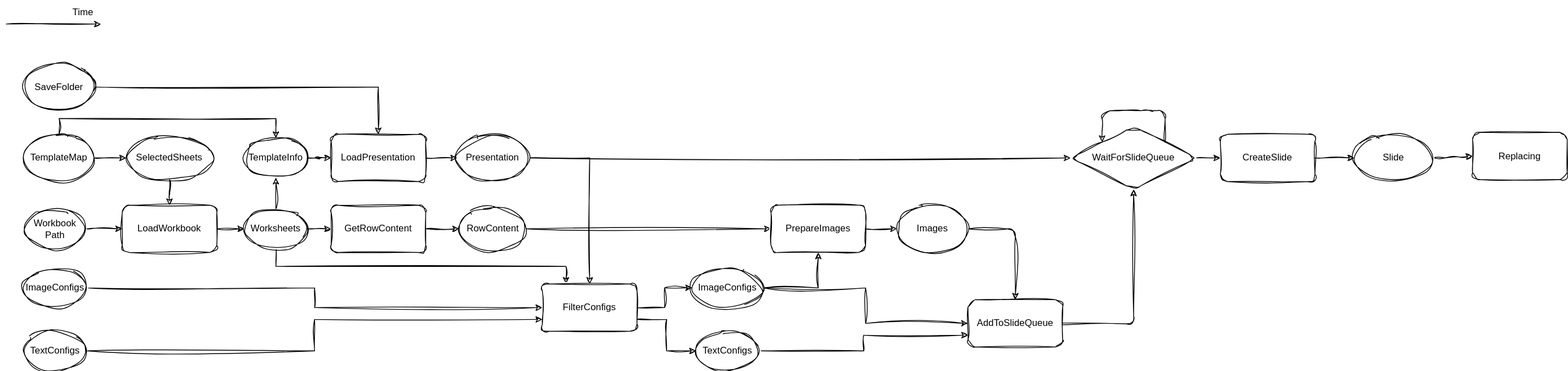
The draw.io diagram Documents/workflows.svg in thnhmai06/SlideGenerator, before a commit. Source tidied: cells renumbered, new cells last; positions are measured from the earlier drawing's top-left corner, leaving out a move shared by most shapes.
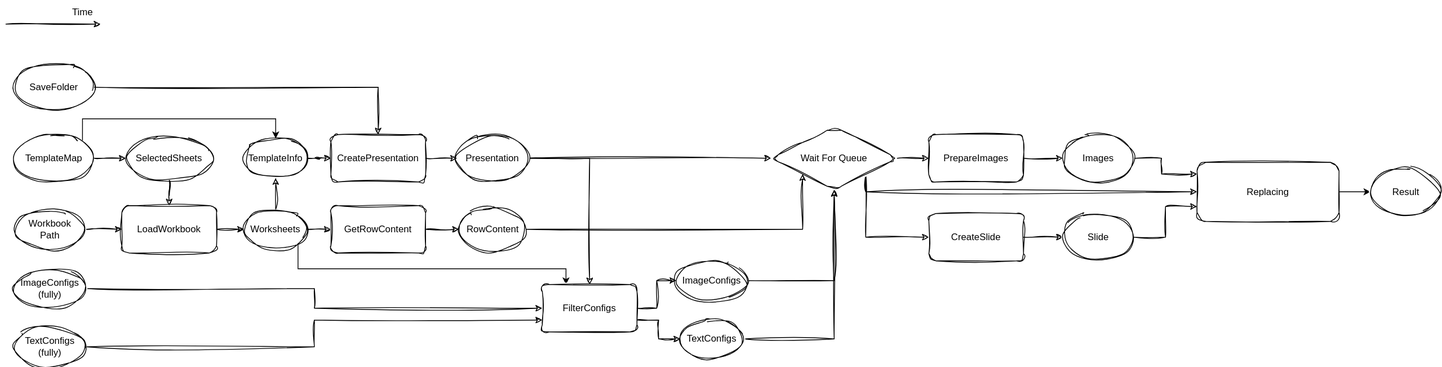
The same diagram one commit later.

What changed in the source:
```diff
@@ -5,7 +5,7 @@
     <mxCell id="2" style="edgeStyle=orthogonalEdgeStyle;rounded=1;jettySize=auto;html=1;sketch=1;curveFitting=1;jiggle=2;shadow=0;" parent="1" edge="1" source="3" target="19">
       <mxGeometry relative="1" as="geometry" />
     </mxCell>
-    <mxCell id="3" value="LoadPresentation" style="rounded=1;whiteSpace=wrap;html=1;sketch=1;curveFitting=1;jiggle=2;shadow=0;" parent="1" vertex="1">
+    <mxCell id="3" value="CreatePresentation" style="rounded=1;whiteSpace=wrap;html=1;sketch=1;curveFitting=1;jiggle=2;shadow=0;" parent="1" vertex="1">
       <mxGeometry x="412" y="170" width="120" height="60" as="geometry" />
     </mxCell>
     <mxCell id="4" style="edgeStyle=orthogonalEdgeStyle;rounded=1;jettySize=auto;html=1;sketch=1;curveFitting=1;jiggle=2;shadow=0;" parent="1" edge="1" source="5" target="3">
@@ -18,7 +18,7 @@
       <mxGeometry relative="1" as="geometry" />
     </mxCell>
     <mxCell id="7" value="Workbook &lt;br&gt;Path" style="ellipse;whiteSpace=wrap;html=1;rounded=1;sketch=1;curveFitting=1;jiggle=2;shadow=0;" parent="1" vertex="1">
-      <mxGeometry x="22" y="265" width="80" height="50" as="geometry" />
+      <mxGeometry x="10" y="265" width="92" height="50" as="geometry" />
     </mxCell>
     <mxCell id="8" style="edgeStyle=orthogonalEdgeStyle;rounded=1;jettySize=auto;html=1;exitX=1;exitY=0.5;exitDx=0;exitDy=0;entryX=0;entryY=0.5;entryDx=0;entryDy=0;sketch=1;curveFitting=1;jiggle=2;shadow=0;" parent="1" edge="1" source="9" target="16">
       <mxGeometry relative="1" as="geometry" />
@@ -29,11 +29,16 @@
     <mxCell id="10" style="edgeStyle=orthogonalEdgeStyle;rounded=0;jettySize=auto;html=1;sketch=1;curveFitting=1;jiggle=2;shadow=0;" parent="1" edge="1" source="12" target="43">
       <mxGeometry relative="1" as="geometry" />
     </mxCell>
-    <mxCell id="11" style="edgeStyle=orthogonalEdgeStyle;rounded=0;jettySize=auto;html=1;exitX=0.5;exitY=0;exitDx=0;exitDy=0;entryX=0.5;entryY=0;entryDx=0;entryDy=0;sketch=1;curveFitting=1;jiggle=2;shadow=0;" parent="1" edge="1" source="12" target="5">
-      <mxGeometry relative="1" as="geometry" />
+    <mxCell id="11" style="edgeStyle=orthogonalEdgeStyle;rounded=0;jettySize=auto;html=1;exitX=1;exitY=0;exitDx=0;exitDy=0;entryX=0.5;entryY=0;entryDx=0;entryDy=0;" parent="1" edge="1" source="12" target="5">
+      <mxGeometry relative="1" as="geometry">
+        <Array as="points">
+          <mxPoint x="97" y="150" />
+          <mxPoint x="342" y="150" />
+        </Array>
+      </mxGeometry>
     </mxCell>
     <mxCell id="12" value="TemplateMap" style="ellipse;whiteSpace=wrap;html=1;rounded=1;sketch=1;curveFitting=1;jiggle=2;shadow=0;" parent="1" vertex="1">
-      <mxGeometry x="22" y="170" width="90" height="60" as="geometry" />
+      <mxGeometry x="10" y="170" width="102" height="60" as="geometry" />
     </mxCell>
     <mxCell id="13" style="edgeStyle=orthogonalEdgeStyle;rounded=1;jettySize=auto;html=1;exitX=0.5;exitY=0;exitDx=0;exitDy=0;sketch=1;curveFitting=1;jiggle=2;shadow=0;" parent="1" edge="1" source="16" target="5">
       <mxGeometry relative="1" as="geometry" />
@@ -41,18 +46,23 @@
     <mxCell id="14" style="edgeStyle=orthogonalEdgeStyle;rounded=1;jettySize=auto;html=1;exitX=1;exitY=0.5;exitDx=0;exitDy=0;entryX=0;entryY=0.5;entryDx=0;entryDy=0;sketch=1;curveFitting=1;jiggle=2;shadow=0;" parent="1" edge="1" source="16" target="21">
       <mxGeometry relative="1" as="geometry" />
     </mxCell>
-    <mxCell id="15" style="edgeStyle=orthogonalEdgeStyle;rounded=0;jettySize=auto;html=1;exitX=0.5;exitY=1;exitDx=0;exitDy=0;entryX=0.25;entryY=0;entryDx=0;entryDy=0;sketch=1;curveFitting=1;jiggle=2;" parent="1" edge="1" source="16" target="53">
-      <mxGeometry relative="1" as="geometry" />
+    <mxCell id="15" style="edgeStyle=orthogonalEdgeStyle;rounded=0;jettySize=auto;html=1;exitX=1;exitY=1;exitDx=0;exitDy=0;entryX=0.25;entryY=0;entryDx=0;entryDy=0;" parent="1" edge="1" source="16" target="53">
+      <mxGeometry relative="1" as="geometry">
+        <Array as="points">
+          <mxPoint x="371" y="340" />
+          <mxPoint x="710" y="340" />
+        </Array>
+      </mxGeometry>
     </mxCell>
     <mxCell id="16" value="Worksheets" style="ellipse;whiteSpace=wrap;html=1;rounded=1;sketch=1;curveFitting=1;jiggle=2;shadow=0;" parent="1" vertex="1">
       <mxGeometry x="302" y="265" width="80" height="50" as="geometry" />
     </mxCell>
+    <mxCell id="18" style="edgeStyle=orthogonalEdgeStyle;rounded=0;jettySize=auto;html=1;exitX=1;exitY=0.5;exitDx=0;exitDy=0;entryX=0.5;entryY=0;entryDx=0;entryDy=0;sketch=1;curveFitting=1;jiggle=2;" parent="1" edge="1" source="19" target="53">
+      <mxGeometry relative="1" as="geometry" />
+    </mxCell>
-    <mxCell id="17" style="edgeStyle=orthogonalEdgeStyle;rounded=1;jettySize=auto;html=1;exitX=1;exitY=0.5;exitDx=0;exitDy=0;entryX=0;entryY=0.5;entryDx=0;entryDy=0;sketch=1;curveFitting=1;jiggle=2;shadow=0;" parent="1" edge="1" source="19" target="34">
+    <mxCell id="17" style="edgeStyle=orthogonalEdgeStyle;rounded=0;jettySize=auto;html=1;exitX=1;exitY=0.5;exitDx=0;exitDy=0;entryX=0;entryY=0.5;entryDx=0;entryDy=0;sketch=1;curveFitting=1;jiggle=2;" parent="1" edge="1" source="19" target="34">
       <mxGeometry relative="1" as="geometry" />
     </mxCell>
-    <mxCell id="18" style="edgeStyle=orthogonalEdgeStyle;rounded=0;jettySize=auto;html=1;exitX=1;exitY=0.5;exitDx=0;exitDy=0;entryX=0.5;entryY=0;entryDx=0;entryDy=0;sketch=1;curveFitting=1;jiggle=2;" parent="1" edge="1" source="19" target="53">
-      <mxGeometry relative="1" as="geometry" />
-    </mxCell>
     <mxCell id="19" value="Presentation" style="ellipse;whiteSpace=wrap;html=1;rounded=1;sketch=1;curveFitting=1;jiggle=2;shadow=0;" parent="1" vertex="1">
       <mxGeometry x="572" y="170" width="90" height="60" as="geometry" />
     </mxCell>
@@ -62,9 +72,9 @@
     <mxCell id="21" value="GetRowContent" style="rounded=1;whiteSpace=wrap;html=1;sketch=1;curveFitting=1;jiggle=2;shadow=0;" parent="1" vertex="1">
       <mxGeometry x="412" y="260" width="120" height="60" as="geometry" />
     </mxCell>
-    <mxCell id="22" style="edgeStyle=orthogonalEdgeStyle;rounded=1;jettySize=auto;html=1;exitX=1;exitY=0.5;exitDx=0;exitDy=0;entryX=0;entryY=0.5;entryDx=0;entryDy=0;sketch=1;curveFitting=1;jiggle=2;shadow=0;" parent="1" edge="1" source="23" target="25">
-      <mxGeometry relative="1" as="geometry" />
-    </mxCell>
+    <mxCell id="56" style="edgeStyle=orthogonalEdgeStyle;rounded=0;jettySize=auto;html=1;exitX=1;exitY=0.5;exitDx=0;exitDy=0;entryX=0;entryY=1;entryDx=0;entryDy=0;sketch=1;curveFitting=1;jiggle=2;" parent="1" edge="1" source="23" target="34">
+      <mxGeometry relative="1" as="geometry" />
+    </mxCell>
     <mxCell id="23" value="RowContent" style="ellipse;whiteSpace=wrap;html=1;rounded=1;sketch=1;curveFitting=1;jiggle=2;shadow=0;" parent="1" vertex="1">
       <mxGeometry x="574.5" y="262.5" width="85" height="55" as="geometry" />
     </mxCell>
@@ -72,63 +82,74 @@
       <mxGeometry relative="1" as="geometry" />
     </mxCell>
     <mxCell id="25" value="PrepareImages" style="rounded=1;whiteSpace=wrap;html=1;sketch=1;curveFitting=1;jiggle=2;shadow=0;" parent="1" vertex="1">
-      <mxGeometry x="970" y="260" width="120" height="60" as="geometry" />
+      <mxGeometry x="1170" y="170" width="120" height="60" as="geometry" />
     </mxCell>
     <mxCell id="26" style="edgeStyle=orthogonalEdgeStyle;rounded=0;jettySize=auto;html=1;exitX=1;exitY=0.5;exitDx=0;exitDy=0;sketch=1;curveFitting=1;jiggle=2;" parent="1" edge="1" source="27" target="53">
       <mxGeometry relative="1" as="geometry" />
     </mxCell>
-    <mxCell id="27" value="ImageConfigs" style="ellipse;whiteSpace=wrap;html=1;rounded=1;sketch=1;curveFitting=1;jiggle=2;shadow=0;" parent="1" vertex="1">
-      <mxGeometry x="22" y="340" width="80" height="50" as="geometry" />
+    <mxCell id="27" value="ImageConfigs&lt;br&gt;(fully)" style="ellipse;whiteSpace=wrap;html=1;rounded=1;sketch=1;curveFitting=1;jiggle=2;shadow=0;" parent="1" vertex="1">
+      <mxGeometry x="10" y="340" width="92" height="50" as="geometry" />
     </mxCell>
     <mxCell id="28" style="edgeStyle=orthogonalEdgeStyle;rounded=0;jettySize=auto;html=1;exitX=1;exitY=0.5;exitDx=0;exitDy=0;entryX=0;entryY=0.75;entryDx=0;entryDy=0;sketch=1;curveFitting=1;jiggle=2;" parent="1" edge="1" source="29" target="53">
       <mxGeometry relative="1" as="geometry" />
     </mxCell>
-    <mxCell id="29" value="TextConfigs" style="ellipse;whiteSpace=wrap;html=1;rounded=1;sketch=1;curveFitting=1;jiggle=2;shadow=0;" parent="1" vertex="1">
-      <mxGeometry x="22" y="420" width="80" height="50" as="geometry" />
+    <mxCell id="29" value="TextConfigs&lt;br&gt;(fully)" style="ellipse;whiteSpace=wrap;html=1;rounded=1;sketch=1;curveFitting=1;jiggle=2;shadow=0;" parent="1" vertex="1">
+      <mxGeometry x="10" y="414" width="92" height="50" as="geometry" />
     </mxCell>
+    <mxCell id="57" style="edgeStyle=orthogonalEdgeStyle;rounded=0;jettySize=auto;html=1;exitX=1;exitY=0.5;exitDx=0;exitDy=0;entryX=0;entryY=0.5;entryDx=0;entryDy=0;" parent="1" edge="1" source="30" target="63">
+      <mxGeometry relative="1" as="geometry" />
+    </mxCell>
     <mxCell id="30" value="Replacing" style="rounded=1;whiteSpace=wrap;html=1;sketch=1;curveFitting=1;jiggle=2;shadow=0;" parent="1" vertex="1">
-      <mxGeometry x="1860" y="167.5" width="120" height="60" as="geometry" />
+      <mxGeometry x="1510" y="205" width="180" height="75" as="geometry" />
     </mxCell>
-    <mxCell id="31" style="edgeStyle=orthogonalEdgeStyle;rounded=1;jettySize=auto;html=1;exitX=1;exitY=0.5;exitDx=0;exitDy=0;sketch=1;curveFitting=1;jiggle=2;shadow=0;" parent="1" edge="1" source="32" target="41">
-      <mxGeometry relative="1" as="geometry" />
-    </mxCell>
+    <mxCell id="58" style="edgeStyle=orthogonalEdgeStyle;rounded=0;jettySize=auto;html=1;exitX=1;exitY=0.5;exitDx=0;exitDy=0;sketch=1;curveFitting=1;jiggle=2;" parent="1" edge="1" source="32" target="30">
+      <mxGeometry relative="1" as="geometry">
+        <Array as="points">
+          <mxPoint x="1465" y="200" />
+          <mxPoint x="1465" y="220" />
+        </Array>
+      </mxGeometry>
+    </mxCell>
     <mxCell id="32" value="Images" style="ellipse;whiteSpace=wrap;html=1;rounded=1;sketch=1;curveFitting=1;jiggle=2;shadow=0;" parent="1" vertex="1">
-      <mxGeometry x="1130" y="260" width="90" height="60" as="geometry" />
+      <mxGeometry x="1340" y="170" width="90" height="60" as="geometry" />
     </mxCell>
+    <mxCell id="59" style="edgeStyle=orthogonalEdgeStyle;rounded=0;jettySize=auto;html=1;exitX=1;exitY=0.5;exitDx=0;exitDy=0;entryX=0;entryY=0.5;entryDx=0;entryDy=0;sketch=1;curveFitting=1;jiggle=2;" parent="1" edge="1" source="34" target="25">
+      <mxGeometry relative="1" as="geometry" />
+    </mxCell>
-    <mxCell id="33" style="edgeStyle=orthogonalEdgeStyle;rounded=1;jettySize=auto;html=1;exitX=1;exitY=0.5;exitDx=0;exitDy=0;entryX=0;entryY=0.5;entryDx=0;entryDy=0;sketch=1;curveFitting=1;jiggle=2;shadow=0;" parent="1" edge="1" source="34" target="36">
-      <mxGeometry relative="1" as="geometry" />
+    <mxCell id="33" style="edgeStyle=orthogonalEdgeStyle;rounded=0;jettySize=auto;html=1;exitX=1;exitY=1;exitDx=0;exitDy=0;entryX=0;entryY=0.5;entryDx=0;entryDy=0;sketch=1;curveFitting=1;jiggle=2;" parent="1" edge="1" source="34" target="36">
+      <mxGeometry relative="1" as="geometry">
+        <Array as="points">
+          <mxPoint x="1090" y="300" />
+        </Array>
+      </mxGeometry>
     </mxCell>
+    <mxCell id="60" style="edgeStyle=orthogonalEdgeStyle;rounded=0;jettySize=auto;html=1;exitX=1;exitY=1;exitDx=0;exitDy=0;entryX=0;entryY=0.5;entryDx=0;entryDy=0;sketch=1;curveFitting=1;jiggle=2;" parent="1" edge="1" source="34" target="30">
+      <mxGeometry relative="1" as="geometry">
+        <Array as="points">
+          <mxPoint x="1090" y="243" />
+        </Array>
+      </mxGeometry>
+    </mxCell>
-    <mxCell id="34" value="WaitForSlideQueue" style="rhombus;whiteSpace=wrap;html=1;rounded=1;sketch=1;curveFitting=1;jiggle=2;shadow=0;" parent="1" vertex="1">
-      <mxGeometry x="1350" y="160" width="160" height="80" as="geometry" />
+    <mxCell id="34" value="Wait For Queue" style="rhombus;whiteSpace=wrap;html=1;rounded=1;sketch=1;curveFitting=1;jiggle=2;shadow=0;" parent="1" vertex="1">
+      <mxGeometry x="970" y="160" width="160" height="80" as="geometry" />
     </mxCell>
     <mxCell id="35" style="edgeStyle=orthogonalEdgeStyle;rounded=1;jettySize=auto;html=1;exitX=1;exitY=0.5;exitDx=0;exitDy=0;entryX=0;entryY=0.5;entryDx=0;entryDy=0;sketch=1;curveFitting=1;jiggle=2;shadow=0;" parent="1" edge="1" source="36" target="38">
       <mxGeometry relative="1" as="geometry" />
     </mxCell>
     <mxCell id="36" value="CreateSlide" style="rounded=1;whiteSpace=wrap;html=1;sketch=1;curveFitting=1;jiggle=2;shadow=0;" parent="1" vertex="1">
-      <mxGeometry x="1540" y="170" width="120" height="60" as="geometry" />
+      <mxGeometry x="1170" y="270" width="120" height="60" as="geometry" />
     </mxCell>
-    <mxCell id="37" style="edgeStyle=orthogonalEdgeStyle;rounded=1;jettySize=auto;html=1;exitX=1;exitY=0.5;exitDx=0;exitDy=0;entryX=0;entryY=0.5;entryDx=0;entryDy=0;sketch=1;curveFitting=1;jiggle=2;shadow=0;" parent="1" edge="1" source="38" target="30">
-      <mxGeometry relative="1" as="geometry" />
+    <mxCell id="37" style="edgeStyle=orthogonalEdgeStyle;rounded=0;jettySize=auto;html=1;exitX=1;exitY=0.5;exitDx=0;exitDy=0;entryX=0;entryY=0.75;entryDx=0;entryDy=0;sketch=1;curveFitting=1;jiggle=2;" parent="1" edge="1" source="38" target="30">
+      <mxGeometry relative="1" as="geometry">
+        <Array as="points">
+          <mxPoint x="1470" y="300" />
+          <mxPoint x="1470" y="261" />
+        </Array>
+      </mxGeometry>
     </mxCell>
     <mxCell id="38" value="Slide" style="ellipse;whiteSpace=wrap;html=1;rounded=1;sketch=1;curveFitting=1;jiggle=2;shadow=0;" parent="1" vertex="1">
-      <mxGeometry x="1710" y="170" width="100" height="60" as="geometry" />
+      <mxGeometry x="1340" y="270" width="90" height="60" as="geometry" />
     </mxCell>
-    <mxCell id="39" style="edgeStyle=orthogonalEdgeStyle;rounded=1;orthogonalLoop=1;jettySize=auto;html=1;exitX=1;exitY=0;exitDx=0;exitDy=0;entryX=0;entryY=0;entryDx=0;entryDy=0;sketch=1;curveFitting=1;jiggle=2;shadow=0;" parent="1" edge="1" source="34" target="34">
-      <mxGeometry relative="1" as="geometry">
-        <Array as="points">
-          <mxPoint x="1450" y="140" />
-          <mxPoint x="1370" y="140" />
-        </Array>
-      </mxGeometry>
-    </mxCell>
-    <mxCell id="40" style="edgeStyle=orthogonalEdgeStyle;rounded=1;jettySize=auto;html=1;exitX=1;exitY=0.5;exitDx=0;exitDy=0;entryX=0.5;entryY=1;entryDx=0;entryDy=0;sketch=1;curveFitting=1;jiggle=2;shadow=0;" parent="1" edge="1" target="34">
-      <mxGeometry relative="1" as="geometry">
-        <mxPoint x="1320" y="410" as="sourcePoint" />
-      </mxGeometry>
-    </mxCell>
-    <mxCell id="41" value="AddToSlideQueue" style="rounded=1;whiteSpace=wrap;html=1;sketch=1;curveFitting=1;jiggle=2;shadow=0;" parent="1" vertex="1">
-      <mxGeometry x="1220" y="380" width="120" height="60" as="geometry" />
-    </mxCell>
     <mxCell id="42" style="edgeStyle=orthogonalEdgeStyle;rounded=0;jettySize=auto;html=1;sketch=1;curveFitting=1;jiggle=2;shadow=0;" parent="1" edge="1" source="43" target="9">
       <mxGeometry relative="1" as="geometry" />
     </mxCell>
@@ -139,22 +160,19 @@
       <mxGeometry relative="1" as="geometry" />
     </mxCell>
     <mxCell id="45" value="SaveFolder" style="ellipse;whiteSpace=wrap;html=1;sketch=1;curveFitting=1;jiggle=2;shadow=0;" parent="1" vertex="1">
-      <mxGeometry x="22" y="80" width="90" height="60" as="geometry" />
+      <mxGeometry x="10" y="80" width="102" height="60" as="geometry" />
     </mxCell>
-    <mxCell id="46" style="edgeStyle=orthogonalEdgeStyle;rounded=0;jettySize=auto;html=1;exitX=1;exitY=0.5;exitDx=0;exitDy=0;entryX=0.5;entryY=1;entryDx=0;entryDy=0;sketch=1;curveFitting=1;jiggle=2;" parent="1" edge="1" source="48" target="25">
-      <mxGeometry relative="1" as="geometry" />
-    </mxCell>
-    <mxCell id="47" style="edgeStyle=orthogonalEdgeStyle;rounded=0;jettySize=auto;html=1;exitX=1;exitY=0.5;exitDx=0;exitDy=0;entryX=0;entryY=0.5;entryDx=0;entryDy=0;sketch=1;curveFitting=1;jiggle=2;" parent="1" edge="1" source="48" target="41">
-      <mxGeometry relative="1" as="geometry" />
-    </mxCell>
+    <mxCell id="61" style="edgeStyle=orthogonalEdgeStyle;rounded=0;jettySize=auto;html=1;exitX=1;exitY=0.5;exitDx=0;exitDy=0;entryX=0.5;entryY=1;entryDx=0;entryDy=0;sketch=1;curveFitting=1;jiggle=2;" parent="1" edge="1" source="48" target="34">
+      <mxGeometry relative="1" as="geometry" />
+    </mxCell>
     <mxCell id="48" value="ImageConfigs" style="ellipse;whiteSpace=wrap;html=1;sketch=1;curveFitting=1;jiggle=2;" parent="1" vertex="1">
-      <mxGeometry x="870" y="340" width="90" height="50" as="geometry" />
+      <mxGeometry x="850" y="330" width="90" height="50" as="geometry" />
     </mxCell>
-    <mxCell id="49" style="edgeStyle=orthogonalEdgeStyle;rounded=0;jettySize=auto;html=1;exitX=1;exitY=0.5;exitDx=0;exitDy=0;entryX=0;entryY=0.75;entryDx=0;entryDy=0;sketch=1;curveFitting=1;jiggle=2;" parent="1" edge="1" source="50" target="41">
-      <mxGeometry relative="1" as="geometry" />
-    </mxCell>
+    <mxCell id="62" style="edgeStyle=orthogonalEdgeStyle;rounded=0;jettySize=auto;html=1;exitX=1;exitY=0.5;exitDx=0;exitDy=0;entryX=0.5;entryY=1;entryDx=0;entryDy=0;sketch=1;curveFitting=1;jiggle=2;" parent="1" edge="1" source="50" target="34">
+      <mxGeometry relative="1" as="geometry" />
+    </mxCell>
     <mxCell id="50" value="TextConfigs" style="ellipse;whiteSpace=wrap;html=1;rounded=1;sketch=1;curveFitting=1;jiggle=2;shadow=0;" parent="1" vertex="1">
-      <mxGeometry x="875" y="420" width="80" height="50" as="geometry" />
+      <mxGeometry x="855" y="404" width="80" height="50" as="geometry" />
     </mxCell>
     <mxCell id="51" style="edgeStyle=orthogonalEdgeStyle;rounded=0;jettySize=auto;html=1;exitX=1;exitY=0.75;exitDx=0;exitDy=0;entryX=0;entryY=0.5;entryDx=0;entryDy=0;sketch=1;curveFitting=1;jiggle=2;" parent="1" edge="1" source="53" target="50">
       <mxGeometry relative="1" as="geometry" />
@@ -174,5 +192,8 @@
     <mxCell id="55" value="Time" style="text;html=1;align=center;verticalAlign=middle;strokeColor=none;fillColor=none;sketch=1;curveFitting=1;jiggle=2;" parent="1" vertex="1">
       <mxGeometry x="72" width="50" height="30" as="geometry" />
     </mxCell>
+    <mxCell id="63" value="Result" style="ellipse;whiteSpace=wrap;html=1;rounded=1;sketch=1;curveFitting=1;jiggle=2;shadow=0;" parent="1" vertex="1">
+      <mxGeometry x="1730" y="212.5" width="90" height="60" as="geometry" />
+    </mxCell>
   </root>
 </mxGraphModel>
```
